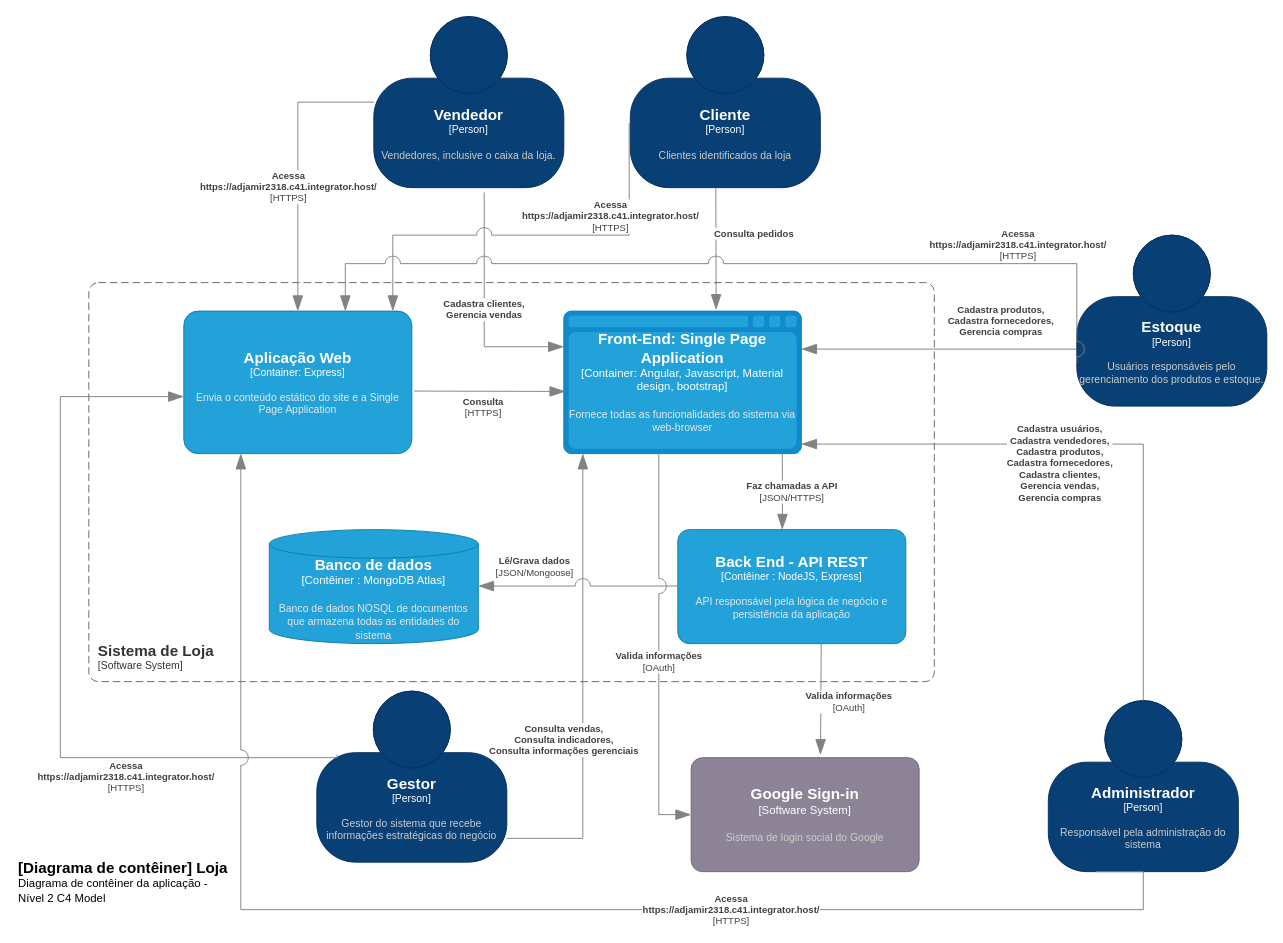
This is page "Nível 2 - Contêiner" (2 of 2) of projeto/documentacao/C4Model.drawio from adjamirgalvao/pucminas, a draw.io file, before an edit. Source tidied: cells renumbered, new cells numbered last; positions are measured from the earlier drawing's top-left corner, leaving out a move shared by most shapes. Both pictures are drawn from the tidied source at 95%, with x=0, y=0 at pixel (16, 16).
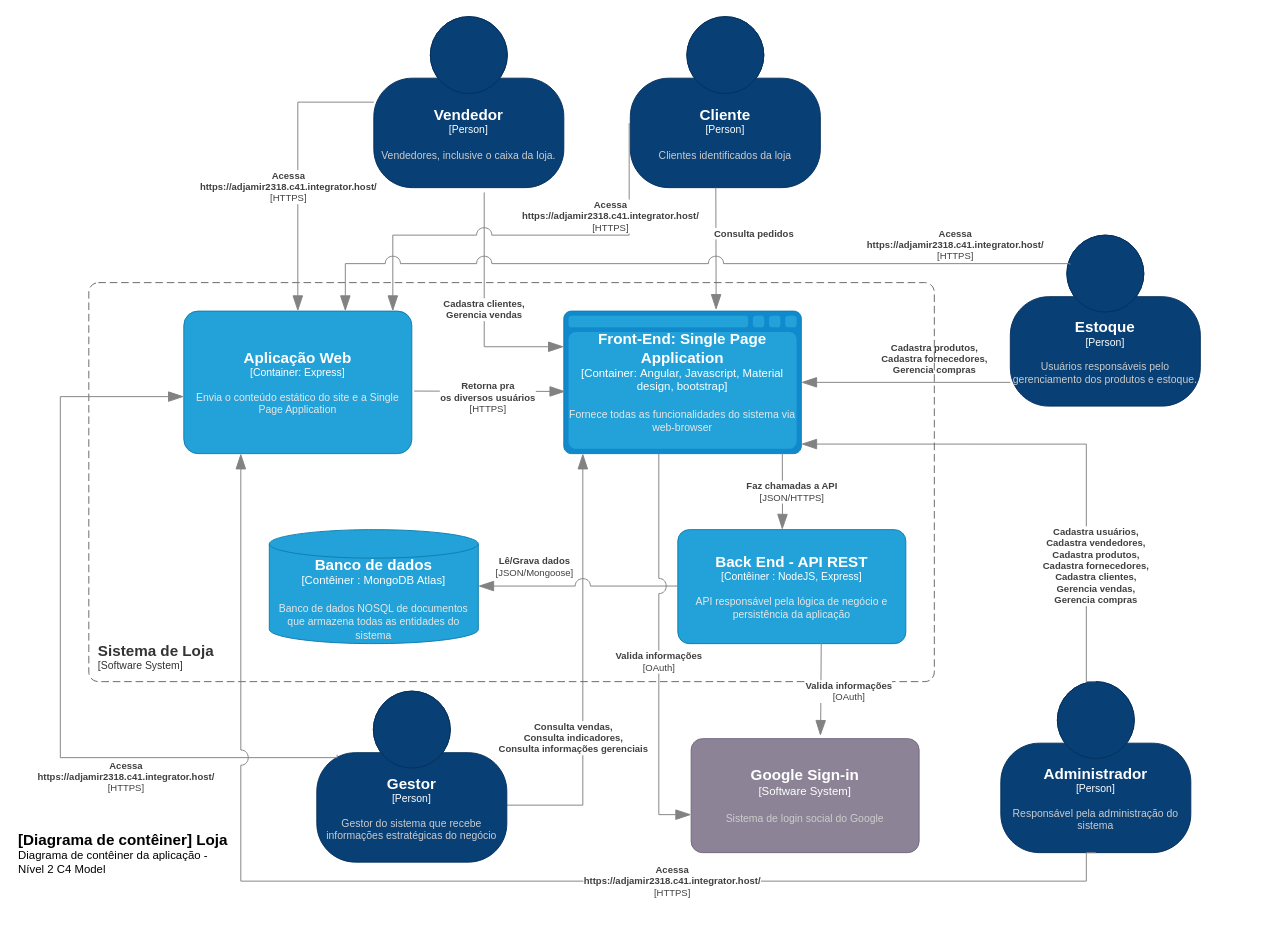
The same diagram, later.

The change refers to these unchanged cells:
```xml
<object id="16" label="&lt;font style=&quot;font-size: 16px&quot;&gt;&lt;b&gt;%c4Type%&lt;/b&gt;&lt;/font&gt;&lt;div&gt;[%c4Container%:&amp;nbsp;%c4Technology%]&lt;/div&gt;&lt;br&gt;&lt;div&gt;&lt;font style=&quot;font-size: 11px&quot;&gt;&lt;font color=&quot;#E6E6E6&quot;&gt;%c4Description%&lt;/font&gt;&lt;/div&gt;" c4Container="Container" c4Description="Fornece todas as funcionalidades do sistema via web-browser" c4Technology="Angular, Javascript, Material design, bootstrap" c4Type="Front-End: Single Page Application" placeholders="1">
  <mxCell style="shape=mxgraph.c4.webBrowserContainer2;whiteSpace=wrap;html=1;boundedLbl=1;rounded=0;labelBackgroundColor=none;strokeColor=#118ACD;fillColor=#23A2D9;strokeColor=#118ACD;strokeColor2=#0E7DAD;fontSize=12;fontColor=#ffffff;align=center;points=[[0,0.25,0,0,0],[0,0.5,0,0,0],[0,0.75,0,0,0],[0.5,0,0,0,0],[0.5,1,0,0,0],[1,0.25,0,0,0],[1,0.5,0,0,0],[1,0.75,0,0,0]];" parent="1" vertex="1">
    <mxGeometry x="576" y="310" width="250" height="150" as="geometry" />
  </mxCell>
</object>
<object id="17" label="&lt;font style=&quot;font-size: 16px&quot;&gt;&lt;b&gt;%c4Name%&lt;/b&gt;&lt;/font&gt;&lt;div&gt;[%c4Type%]&lt;/div&gt;&lt;br&gt;&lt;div&gt;&lt;font style=&quot;font-size: 11px&quot;&gt;&lt;font color=&quot;#cccccc&quot;&gt;%c4Description%&lt;/font&gt;&lt;/div&gt;" c4Description="Gestor do sistema que recebe informações estratégicas do negócio" c4Name="Gestor" c4Type="Person" placeholders="1">
  <mxCell style="html=1;fontSize=11;dashed=0;whiteSpace=wrap;fillColor=#083F75;strokeColor=#06315C;fontColor=#ffffff;shape=mxgraph.c4.person2;align=center;points=[[0.5,0,0],[1,0.5,0],[1,0.75,0],[0.75,1,0],[0.5,1,0],[0.25,1,0],[0,0.75,0],[0,0.5,0]];" parent="1" vertex="1">
    <mxGeometry x="316" y="710" width="200" height="180" as="geometry" />
  </mxCell>
</object>
<object id="22" label="&lt;font style=&quot;font-size: 16px&quot;&gt;&lt;b&gt;%c4Name%&lt;/b&gt;&lt;/font&gt;&lt;div&gt;[%c4Type%: %c4Technology%]&lt;/div&gt;&lt;br&gt;&lt;div&gt;&lt;font style=&quot;font-size: 11px&quot;&gt;&lt;font color=&quot;#E6E6E6&quot;&gt;%c4Description%&lt;/font&gt;&lt;/div&gt;" c4Description="Envia o conteúdo estático do site e a Single Page Application" c4Name="Aplicação Web" c4Technology="Express" c4Type="Container" placeholders="1">
  <mxCell style="rounded=1;whiteSpace=wrap;html=1;fontSize=11;labelBackgroundColor=none;fillColor=#23A2D9;fontColor=#ffffff;align=center;arcSize=10;strokeColor=#0E7DAD;points=[[0.25,0,0],[0.5,0,0],[0.75,0,0],[1,0.25,0],[1,0.5,0],[1,0.75,0],[0.75,1,0],[0.5,1,0],[0.25,1,0],[0,0.75,0],[0,0.5,0],[0,0.25,0]];" parent="1" vertex="1">
    <mxGeometry x="176" y="310" width="240" height="150" as="geometry" />
  </mxCell>
</object>
```

Diff of the diagram source:
```diff
@@
     <object id="3" label="&lt;font style=&quot;font-size: 16px&quot;&gt;&lt;b&gt;%c4Name%&lt;/b&gt;&lt;/font&gt;&lt;div&gt;[%c4Type%]&lt;/div&gt;&lt;br&gt;&lt;div&gt;&lt;font style=&quot;font-size: 11px&quot;&gt;&lt;font color=&quot;#cccccc&quot;&gt;%c4Description%&lt;/font&gt;&lt;/div&gt;" c4Description="Usuários responsáveis pelo gerenciamento dos produtos e estoque." c4Name="Estoque" c4Type="Person" placeholders="1">
       <mxCell style="html=1;fontSize=11;dashed=0;whiteSpace=wrap;fillColor=#083F75;strokeColor=#06315C;fontColor=#ffffff;shape=mxgraph.c4.person2;align=center;points=[[0.5,0,0],[1,0.5,0],[1,0.75,0],[0.75,1,0],[0.5,1,0],[0.25,1,0],[0,0.75,0],[0,0.5,0]];" parent="1" vertex="1">
-        <mxGeometry x="1116" y="230" width="200" height="180" as="geometry" />
+        <mxGeometry x="1046" y="230" width="200" height="180" as="geometry" />
       </mxCell>
     </object>
     <object id="4" label="&lt;div style=&quot;text-align: left&quot;&gt;&lt;div style=&quot;text-align: center&quot;&gt;&lt;b&gt;%c4Description%&lt;/b&gt;&lt;/div&gt;" c4Description="Cadastra produtos, &#10;Cadastra fornecedores, &#10;Gerencia compras" placeholders="1">
-      <mxCell style="endArrow=blockThin;html=1;fontSize=10;fontColor=#404040;strokeWidth=1;endFill=1;strokeColor=#828282;elbow=vertical;endSize=14;startSize=14;jumpStyle=arc;jumpSize=16;rounded=0;edgeStyle=orthogonalEdgeStyle;" parent="1" edge="1" target="16">
-        <mxGeometry x="-0.45" y="-30" relative="1" as="geometry">
-          <mxPoint x="1116" y="350" as="sourcePoint" />
+      <mxCell style="endArrow=blockThin;html=1;fontSize=10;fontColor=#404040;strokeWidth=1;endFill=1;strokeColor=#828282;elbow=vertical;endSize=14;startSize=14;jumpStyle=arc;jumpSize=16;rounded=0;edgeStyle=orthogonalEdgeStyle;" parent="1" edge="1" source="3" target="16">
+        <mxGeometry x="-0.27" y="-25" relative="1" as="geometry">
           <Array as="points">
-            <mxPoint x="836" y="350" />
-            <mxPoint x="836" y="350" />
+            <mxPoint x="1006" y="385" />
+            <mxPoint x="1006" y="385" />
           </Array>
         </mxGeometry>
       </mxCell>
     </object>
@@
     <object id="7" label="&lt;div style=&quot;text-align: left&quot;&gt;&lt;div style=&quot;text-align: center&quot;&gt;&lt;b&gt;%c4Description%&lt;/b&gt;&lt;/div&gt;" c4Description="Consulta vendas, &#10;Consulta indicadores,&#10;Consulta informações gerenciais" placeholders="1">
       <mxCell style="endArrow=blockThin;html=1;fontSize=10;fontColor=#404040;strokeWidth=1;endFill=1;strokeColor=#828282;elbow=vertical;endSize=14;startSize=14;jumpStyle=arc;jumpSize=16;rounded=0;edgeStyle=orthogonalEdgeStyle;startArrow=none;" parent="1" edge="1" source="17" target="16">
-        <mxGeometry x="-0.24" y="20" relative="1" as="geometry">
+        <mxGeometry x="-0.33" y="10" relative="1" as="geometry">
           <Array as="points">
-            <mxPoint x="596" y="865" />
+            <mxPoint x="596" y="830" />
           </Array>
         </mxGeometry>
       </mxCell>
     </object>
     <object id="8" label="&lt;font style=&quot;font-size: 16px&quot;&gt;&lt;b&gt;&lt;div style=&quot;text-align: left&quot;&gt;%c4Name%&lt;/div&gt;&lt;/b&gt;&lt;/font&gt;&lt;div style=&quot;text-align: left&quot;&gt;%c4Description%&lt;/div&gt;" c4Description="Diagrama de contêiner da aplicação - Nível 2 C4 Model" c4Name="[Diagrama de contêiner] Loja" placeholders="1">
       <mxCell style="text;html=1;strokeColor=none;fillColor=none;align=left;verticalAlign=top;whiteSpace=wrap;rounded=0;" parent="1" vertex="1">
-        <mxGeometry y="880" width="230" height="40" as="geometry" />
+        <mxGeometry y="850" width="230" height="40" as="geometry" />
       </mxCell>
     </object>
     <object id="9" label="&lt;font style=&quot;font-size: 16px&quot;&gt;&lt;b&gt;%c4Name%&lt;/b&gt;&lt;/font&gt;&lt;div&gt;[%c4Type%]&lt;/div&gt;&lt;br&gt;&lt;div&gt;&lt;font style=&quot;font-size: 11px&quot;&gt;&lt;font color=&quot;#cccccc&quot;&gt;%c4Description%&lt;/font&gt;&lt;/div&gt;" c4Description="Responsável pela administração do sistema" c4Name="Administrador" c4Type="Person" placeholders="1">
       <mxCell style="html=1;fontSize=11;dashed=0;whiteSpace=wrap;fillColor=#083F75;strokeColor=#06315C;fontColor=#ffffff;shape=mxgraph.c4.person2;align=center;points=[[0.5,0,0],[1,0.5,0],[1,0.75,0],[0.75,1,0],[0.5,1,0],[0.25,1,0],[0,0.75,0],[0,0.5,0]];" parent="1" vertex="1">
-        <mxGeometry x="1086" y="720" width="200" height="180" as="geometry" />
+        <mxGeometry x="1036" y="700" width="200" height="180" as="geometry" />
       </mxCell>
     </object>
     <object id="10" label="&lt;div style=&quot;text-align: left&quot;&gt;&lt;div style=&quot;text-align: center&quot;&gt;&lt;b&gt;%c4Description%&lt;/b&gt;&lt;/div&gt;" c4Description="Cadastra usuários,&#10;Cadastra vendedores,&#10;Cadastra produtos,&#10;Cadastra fornecedores,&#10;Cadastra clientes,&#10;Gerencia vendas,&#10;Gerencia compras" placeholders="1">
       <mxCell style="endArrow=blockThin;html=1;fontSize=10;fontColor=#404040;strokeWidth=1;endFill=1;strokeColor=#828282;elbow=vertical;endSize=14;startSize=14;jumpStyle=arc;jumpSize=16;rounded=0;edgeStyle=orthogonalEdgeStyle;exitX=0.5;exitY=0;exitDx=0;exitDy=0;exitPerimeter=0;entryX=1;entryY=0.933;entryDx=0;entryDy=0;entryPerimeter=0;" parent="1" edge="1" source="9" target="16">
-        <mxGeometry x="0.14" y="20" relative="1" as="geometry">
+        <mxGeometry x="-0.53" y="-10" relative="1" as="geometry">
           <Array as="points">
-            <mxPoint x="1186" y="450" />
+            <mxPoint x="1126" y="450" />
           </Array>
-          <mxPoint x="1" as="offset" />
         </mxGeometry>
       </mxCell>
     </object>
@@
     <object id="12" label="&lt;font style=&quot;font-size: 16px&quot;&gt;&lt;b&gt;%c4Name%&lt;/b&gt;&lt;/font&gt;&lt;div&gt;[%c4Type%]&lt;/div&gt;&lt;br&gt;&lt;div&gt;&lt;font style=&quot;font-size: 11px&quot;&gt;&lt;font color=&quot;#cccccc&quot;&gt;%c4Description%&lt;/font&gt;&lt;/div&gt;" c4Description="Sistema de login social do Google" c4Name="Google Sign-in" c4Type="Software System" placeholders="1">
       <mxCell style="rounded=1;whiteSpace=wrap;html=1;labelBackgroundColor=none;fillColor=#8C8496;fontColor=#ffffff;align=center;arcSize=10;strokeColor=#736782;points=[[0.25,0,0],[0.5,0,0],[0.75,0,0],[1,0.25,0],[1,0.5,0],[1,0.75,0],[0.75,1,0],[0.5,1,0],[0.25,1,0],[0,0.75,0],[0,0.5,0],[0,0.25,0]];fontSize=12;" parent="1" vertex="1">
-        <mxGeometry x="710" y="780" width="240" height="120" as="geometry" />
+        <mxGeometry x="710" y="760" width="240" height="120" as="geometry" />
       </mxCell>
     </object>
@@
-    <object id="23" label="&lt;div style=&quot;text-align: left&quot;&gt;&lt;div style=&quot;text-align: center&quot;&gt;&lt;b&gt;%c4Description%&lt;/b&gt;&lt;/div&gt;&lt;div style=&quot;text-align: center&quot;&gt;[%c4Technology%]&lt;/div&gt;&lt;/div&gt;" c4Description="Consulta" c4Technology="HTTPS" placeholders="1">
+    <object id="23" label="&lt;div style=&quot;text-align: left&quot;&gt;&lt;div style=&quot;text-align: center&quot;&gt;&lt;b&gt;%c4Description%&lt;/b&gt;&lt;/div&gt;&lt;div style=&quot;text-align: center&quot;&gt;[%c4Technology%]&lt;/div&gt;&lt;/div&gt;" c4Description="Retorna pra &#10;os diversos usuários" c4Technology="HTTPS" placeholders="1">
       <mxCell style="endArrow=blockThin;html=1;fontSize=10;fontColor=#404040;strokeWidth=1;endFill=1;strokeColor=#828282;elbow=vertical;endSize=14;startSize=14;jumpStyle=arc;jumpSize=16;rounded=0;edgeStyle=orthogonalEdgeStyle;exitX=1.01;exitY=0.561;exitDx=0;exitDy=0;exitPerimeter=0;entryX=0.006;entryY=0.564;entryDx=0;entryDy=0;entryPerimeter=0;" parent="1" edge="1" source="22" target="16">
-        <mxGeometry x="-0.08" y="-16" relative="1" as="geometry">
+        <mxGeometry x="-0.02" y="-5" relative="1" as="geometry">
           <mxPoint y="1" as="offset" />
         </mxGeometry>
       </mxCell>
     </object>
@@
     <object id="27" label="&lt;div style=&quot;text-align: left&quot;&gt;&lt;div style=&quot;text-align: center&quot;&gt;&lt;b&gt;%c4Description%&lt;/b&gt;&lt;/div&gt;&lt;div style=&quot;text-align: center&quot;&gt;[%c4Technology%]&lt;/div&gt;&lt;/div&gt;" c4Description="Acessa&#10; https://adjamir2318.c41.integrator.host/" c4Technology="HTTPS" placeholders="1">
-      <mxCell style="endArrow=blockThin;html=1;fontSize=10;fontColor=#404040;strokeWidth=1;endFill=1;strokeColor=#828282;elbow=vertical;endSize=14;startSize=14;jumpStyle=arc;jumpSize=16;rounded=0;edgeStyle=orthogonalEdgeStyle;exitX=0;exitY=0.75;exitDx=0;exitDy=0;exitPerimeter=0;" parent="1" edge="1" source="3">
-        <mxGeometry x="-0.64" y="-20" relative="1" as="geometry">
+      <mxCell style="endArrow=blockThin;html=1;fontSize=10;fontColor=#404040;strokeWidth=1;endFill=1;strokeColor=#828282;elbow=vertical;endSize=14;startSize=14;jumpStyle=arc;jumpSize=16;rounded=0;edgeStyle=orthogonalEdgeStyle;exitX=0.314;exitY=0.173;exitDx=0;exitDy=0;exitPerimeter=0;" parent="1" edge="1" source="3">
+        <mxGeometry x="-0.7" y="-20" relative="1" as="geometry">
           <mxPoint x="346" y="310" as="targetPoint" />
           <Array as="points">
-            <mxPoint x="1116" y="260" />
+            <mxPoint x="1109" y="260" />
             <mxPoint x="346" y="260" />
           </Array>
         </mxGeometry>
       </mxCell>
     </object>
     <object id="28" label="&lt;div style=&quot;text-align: left&quot;&gt;&lt;div style=&quot;text-align: center&quot;&gt;&lt;b&gt;%c4Description%&lt;/b&gt;&lt;/div&gt;&lt;div style=&quot;text-align: center&quot;&gt;[%c4Technology%]&lt;/div&gt;&lt;/div&gt;" c4Description="Acessa&#10; https://adjamir2318.c41.integrator.host/" c4Technology="HTTPS" placeholders="1">
-      <mxCell style="endArrow=blockThin;html=1;fontSize=10;fontColor=#404040;strokeWidth=1;endFill=1;strokeColor=#828282;elbow=vertical;endSize=14;startSize=14;jumpStyle=arc;jumpSize=16;rounded=0;edgeStyle=orthogonalEdgeStyle;exitX=0.25;exitY=1;exitDx=0;exitDy=0;exitPerimeter=0;" parent="1" edge="1" source="9" target="22">
+      <mxCell style="endArrow=blockThin;html=1;fontSize=10;fontColor=#404040;strokeWidth=1;endFill=1;strokeColor=#828282;elbow=vertical;endSize=14;startSize=14;jumpStyle=arc;jumpSize=16;rounded=0;edgeStyle=orthogonalEdgeStyle;exitX=0.5;exitY=1;exitDx=0;exitDy=0;exitPerimeter=0;" parent="1" edge="1" source="9" target="22">
         <mxGeometry x="-0.31" relative="1" as="geometry">
           <Array as="points">
-            <mxPoint x="1186" y="900" />
-            <mxPoint x="1186" y="940" />
-            <mxPoint x="236" y="940" />
+            <mxPoint x="1126" y="910" />
+            <mxPoint x="236" y="910" />
           </Array>
         </mxGeometry>
       </mxCell>
     </object>
```
